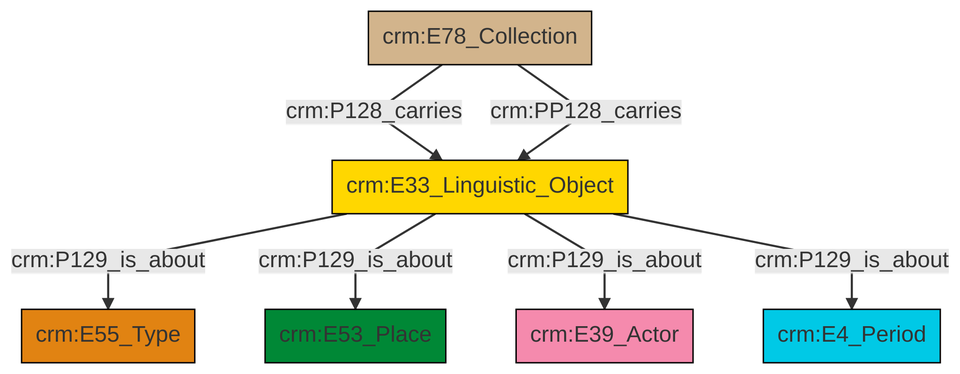
Above: et/archivalCSV/ttl/mmd/png/archival_aboutness.png in swiss-art-research-net/docs.swissartresearch (Mermaid), before the change. Its source is kept beside it as et/archivalCSV/ttl/mmd/archival_aboutness.ttl.mmd.
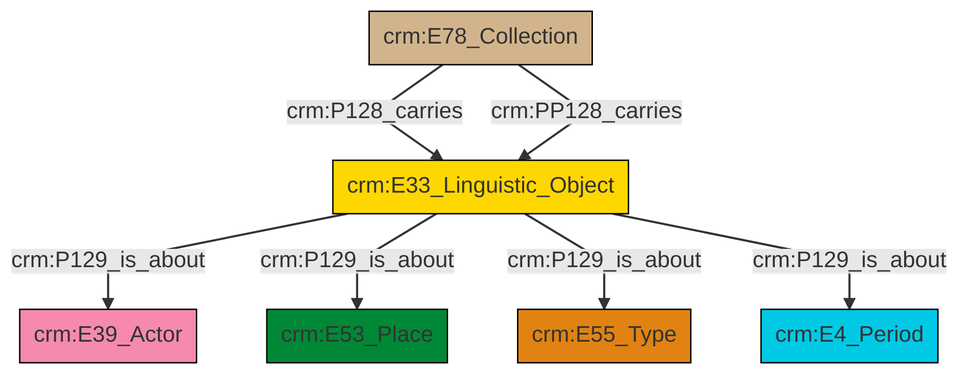
Later version of the same file.

Change to the diagram source:
```diff
@@ -13,9 +13,9 @@
 classDef PC_Classes fill:#4ce600, stroke:#000000;
 classDef Multi fill:#cccccc,stroke:#000000;
 
-0["crm:E33_Linguistic_Object"]:::Conceptual_Object -->|crm:P129_is_about| 1["crm:E55_Type"]:::Type
+0["crm:E33_Linguistic_Object"]:::Conceptual_Object -->|crm:P129_is_about| 1["crm:E39_Actor"]:::Actor
 0["crm:E33_Linguistic_Object"]:::Conceptual_Object -->|crm:P129_is_about| 2["crm:E53_Place"]:::Place
-3["crm:E78_Collection"]:::Physical_Thing -->|crm:P128_carries| 0["crm:E33_Linguistic_Object"]:::Conceptual_Object
-3["crm:E78_Collection"]:::Physical_Thing -->|crm:PP128_carries| 0["crm:E33_Linguistic_Object"]:::Conceptual_Object
-0["crm:E33_Linguistic_Object"]:::Conceptual_Object -->|crm:P129_is_about| 4["crm:E39_Actor"]:::Actor
-0["crm:E33_Linguistic_Object"]:::Conceptual_Object -->|crm:P129_is_about| 6["crm:E4_Period"]:::Temporal_Entity
+0["crm:E33_Linguistic_Object"]:::Conceptual_Object -->|crm:P129_is_about| 3["crm:E55_Type"]:::Type
+0["crm:E33_Linguistic_Object"]:::Conceptual_Object -->|crm:P129_is_about| 5["crm:E4_Period"]:::Temporal_Entity
+6["crm:E78_Collection"]:::Physical_Thing -->|crm:P128_carries| 0["crm:E33_Linguistic_Object"]:::Conceptual_Object
+6["crm:E78_Collection"]:::Physical_Thing -->|crm:PP128_carries| 0["crm:E33_Linguistic_Object"]:::Conceptual_Object
```
